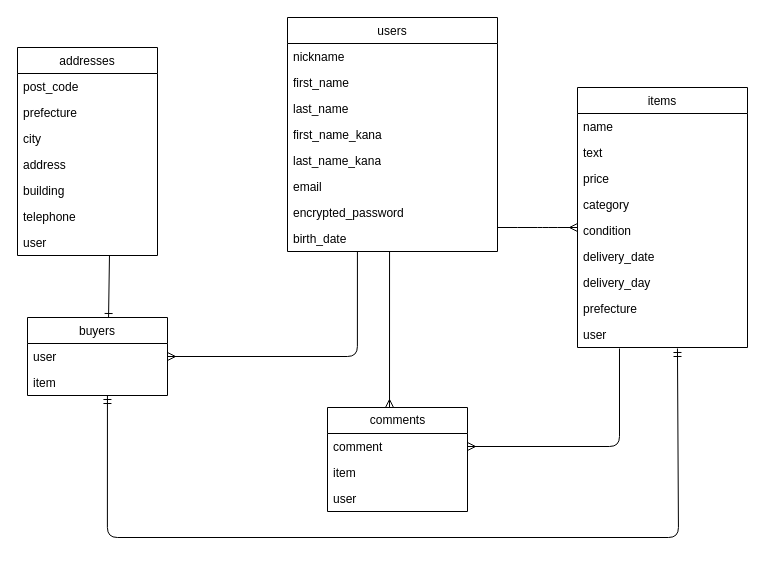
nadakichi/furima-36845 keeps this draw.io diagram as furima.dio. Above is the earlier version. Source tidied: cells renumbered, new cells numbered last; positions are measured from the earlier drawing's top-left corner, leaving out a move shared by most shapes. Both pictures are drawn from the tidied source at 100%, with x=0, y=0 at pixel (17, 17).
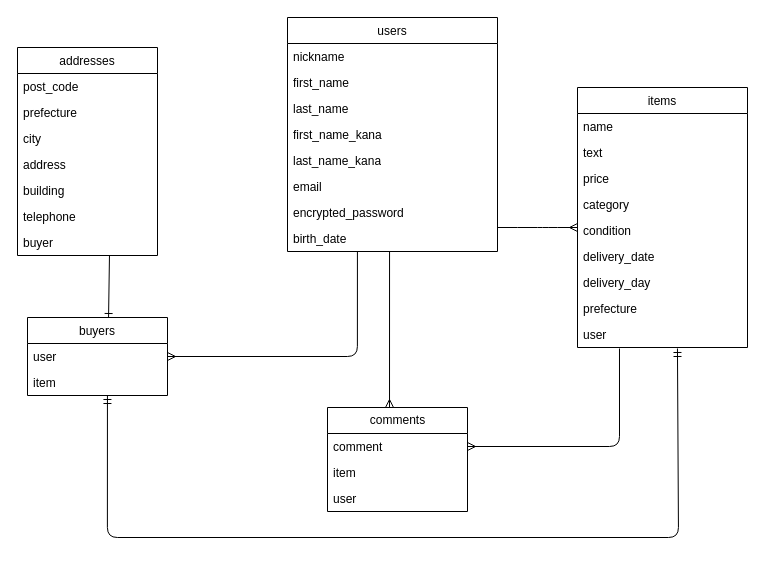
The same page after the edit.

The change refers to these unchanged cells:
```xml
<mxCell id="21" value="addresses" style="swimlane;fontStyle=0;horizontal=1;startSize=26;" parent="1" vertex="1">
  <mxGeometry y="30" width="140" height="208" as="geometry" />
</mxCell>
```

Diff of the diagram source:
```diff
@@
-    <mxCell id="28" value="user" style="text;strokeColor=none;fillColor=none;align=left;verticalAlign=top;spacingLeft=4;spacingRight=4;overflow=hidden;points=[[0,0.5],[1,0.5]];portConstraint=eastwest;" parent="21" vertex="1">
+    <mxCell id="28" value="buyer" style="text;strokeColor=none;fillColor=none;align=left;verticalAlign=top;spacingLeft=4;spacingRight=4;overflow=hidden;points=[[0,0.5],[1,0.5]];portConstraint=eastwest;" parent="21" vertex="1">
       <mxGeometry y="182" width="140" height="26" as="geometry" />
     </mxCell>
```
